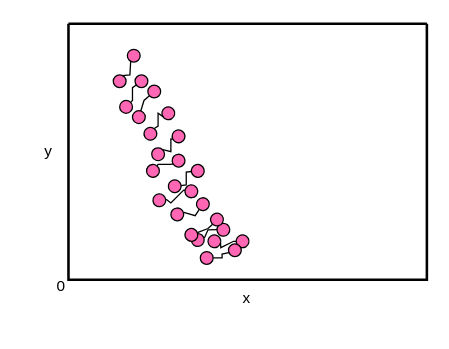
Before: 哑铃分布t=0.1.drawio in mauhin/auto, a draw.io diagram. Source tidied: cells renumbered, new cells numbered last; positions are measured from the earlier drawing's top-left corner, leaving out a move shared by most shapes. Both pictures are drawn from the tidied source at 128%, with x=0, y=0 at pixel (28, 23).
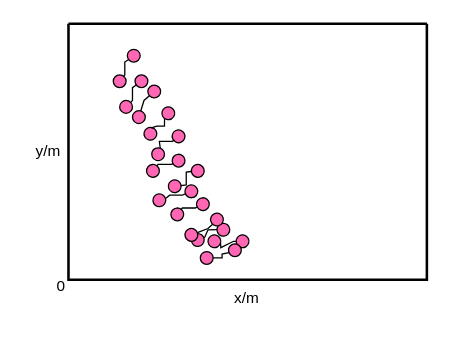
The same page after the edit.

Commit message:
更新哑铃分布t=0.1.drawio

Unchanged cells that the change refers to:
```xml
<mxCell id="2" style="group;rotation=40;" parent="1" vertex="1">
  <mxGeometry x="116" y="130" width="20" height="30" as="geometry" />
</mxCell>
<mxCell id="3" style="ellipse;whiteSpace=wrap;html=1;fillColor=#FF66B3;rotation=40;" parent="2" vertex="1">
  <mxGeometry x="15" y="6" width="10" height="10" as="geometry" />
</mxCell>
<mxCell id="4" style="ellipse;whiteSpace=wrap;html=1;fillColor=#FF66B3;rotation=40;" parent="2" vertex="1">
  <mxGeometry x="-5" y="14" width="10" height="10" as="geometry" />
</mxCell>
<mxCell id="17" style="group;rotation=120;" parent="1" vertex="1">
  <mxGeometry x="127" y="144" width="20" height="30" as="geometry" />
</mxCell>
<mxCell id="26" style="group;rotation=40;" parent="25" vertex="1">
  <mxGeometry x="76" y="120" width="20" height="30" as="geometry" />
</mxCell>
<mxCell id="27" style="ellipse;whiteSpace=wrap;html=1;fillColor=#FF66B3;rotation=40;" parent="26" vertex="1">
  <mxGeometry x="15" y="6" width="10" height="10" as="geometry" />
</mxCell>
<mxCell id="28" style="ellipse;whiteSpace=wrap;html=1;fillColor=#FF66B3;rotation=40;" parent="26" vertex="1">
  <mxGeometry x="-10" y="13" width="10" height="10" as="geometry" />
</mxCell>
<mxCell id="34" style="group;rotation=20;" parent="25" vertex="1">
  <mxGeometry x="68" y="80" width="20" height="30" as="geometry" />
</mxCell>
<mxCell id="35" style="ellipse;whiteSpace=wrap;html=1;fillColor=#FF66B3;rotation=20;" parent="34" vertex="1">
  <mxGeometry x="13" y="3" width="10" height="10" as="geometry" />
</mxCell>
<mxCell id="36" style="ellipse;whiteSpace=wrap;html=1;fillColor=#FF66B3;rotation=20;" parent="34" vertex="1">
  <mxGeometry x="-3" y="17" width="10" height="10" as="geometry" />
</mxCell>
<mxCell id="38" style="group;rotation=15;" parent="34" vertex="1">
  <mxGeometry x="-7" y="-17" width="20" height="30" as="geometry" />
</mxCell>
<mxCell id="39" style="ellipse;whiteSpace=wrap;html=1;fillColor=#FF66B3;rotation=15;" parent="38" vertex="1">
  <mxGeometry x="12" y="2" width="10" height="10" as="geometry" />
</mxCell>
<mxCell id="40" style="ellipse;whiteSpace=wrap;html=1;fillColor=#FF66B3;rotation=15;" parent="38" vertex="1">
  <mxGeometry x="-2" y="18" width="10" height="10" as="geometry" />
</mxCell>
<mxCell id="46" style="group;rotation=90;" parent="25" vertex="1">
  <mxGeometry x="10" y="20" width="20" height="30" as="geometry" />
</mxCell>
<mxCell id="47" style="ellipse;whiteSpace=wrap;html=1;fillColor=#FF66B3;rotation=0;" parent="46" vertex="1">
  <mxGeometry x="36" width="10" height="10" as="geometry" />
</mxCell>
<mxCell id="48" style="ellipse;whiteSpace=wrap;html=1;fillColor=#FF66B3;rotation=0;" parent="46" vertex="1">
  <mxGeometry x="25" y="20" width="10" height="10" as="geometry" />
</mxCell>
```

The edit, as a diff of the source:
```diff
@@
-    <mxCell id="5" style="endArrow=none;html=1;rounded=0;startArrow=none;exitX=0.796;exitY=0.053;exitDx=0;exitDy=0;exitPerimeter=0;" parent="2" edge="1" source="4" target="3">
-      <mxGeometry relative="1" as="geometry">
-        <Array as="points">
-          <mxPoint x="14" y="20" />
-        </Array>
-      </mxGeometry>
-    </mxCell>
@@
+    <mxCell id="57" style="endArrow=none;html=1;rounded=0;startArrow=none;" parent="17" edge="1">
+      <mxGeometry relative="1" as="geometry">
+        <mxPoint x="-8" y="1" as="sourcePoint" />
+        <mxPoint x="5" y="-1" as="targetPoint" />
+        <Array as="points">
+          <mxPoint x="-7" />
+          <mxPoint x="3" />
+        </Array>
+      </mxGeometry>
+    </mxCell>
@@
-    <mxCell id="29" style="endArrow=none;html=1;rounded=0;startArrow=none;exitX=0.849;exitY=0.091;exitDx=0;exitDy=0;exitPerimeter=0;" parent="26" edge="1" source="28" target="27">
-      <mxGeometry relative="1" as="geometry">
-        <Array as="points">
-          <mxPoint x="4" y="20" />
-          <mxPoint x="14" y="10" />
-        </Array>
-      </mxGeometry>
-    </mxCell>
@@
-    <mxCell id="37" style="endArrow=none;html=1;rounded=0;startArrow=none;exitX=0.727;exitY=0.037;exitDx=0;exitDy=0;entryX=0;entryY=1;entryDx=0;entryDy=0;exitPerimeter=0;" parent="34" edge="1" source="36" target="35">
-      <mxGeometry relative="1" as="geometry">
-        <Array as="points">
-          <mxPoint x="12" y="20" />
-          <mxPoint x="12" y="10" />
-        </Array>
-      </mxGeometry>
-    </mxCell>
@@
-    <mxCell id="41" style="endArrow=none;html=1;rounded=0;startArrow=none;exitX=0.686;exitY=0.02;exitDx=0;exitDy=0;entryX=0;entryY=1;entryDx=0;entryDy=0;exitPerimeter=0;" parent="38" edge="1" source="40">
-      <mxGeometry relative="1" as="geometry">
-        <mxPoint x="13.5" y="10" as="targetPoint" />
-        <Array as="points">
-          <mxPoint x="9" y="17" />
-          <mxPoint x="9" y="7" />
-        </Array>
-      </mxGeometry>
-    </mxCell>
+    <mxCell id="58" style="endArrow=none;html=1;rounded=0;startArrow=none;exitX=0.5;exitY=0;exitDx=0;exitDy=0;" parent="38" edge="1" source="36">
+      <mxGeometry relative="1" as="geometry">
+        <mxPoint x="22" y="28" as="targetPoint" />
+        <Array as="points">
+          <mxPoint x="10" y="29" />
+          <mxPoint x="20" y="29" />
+        </Array>
+      </mxGeometry>
+    </mxCell>
+    <mxCell id="59" style="endArrow=none;html=1;rounded=0;startArrow=none;entryX=0.318;entryY=0.959;entryDx=0;entryDy=0;entryPerimeter=0;" parent="34" edge="1" target="39">
+      <mxGeometry relative="1" as="geometry">
+        <mxPoint x="-3" y="2" as="sourcePoint" />
+        <Array as="points">
+          <mxPoint x="-2" y="1" />
+          <mxPoint x="1" />
+          <mxPoint x="7" />
+        </Array>
+      </mxGeometry>
+    </mxCell>
@@
-    <mxCell id="49" style="endArrow=none;html=1;rounded=0;entryX=0.26;entryY=0.892;entryDx=0;entryDy=0;exitX=0.711;exitY=0.061;exitDx=0;exitDy=0;exitPerimeter=0;entryPerimeter=0;" parent="46" edge="1" source="48" target="47">
-      <mxGeometry relative="1" as="geometry">
-        <Array as="points">
-          <mxPoint x="38" y="20" />
-        </Array>
-      </mxGeometry>
-    </mxCell>
@@
-    <mxCell id="54" value="x" style="text;html=1;align=center;verticalAlign=middle;strokeColor=none;fillColor=none;" parent="1" vertex="1">
-      <mxGeometry x="155" y="200" width="30" height="30" as="geometry" />
+    <mxCell id="54" value="x/m" style="text;html=1;align=center;verticalAlign=middle;strokeColor=none;fillColor=none;" parent="1" vertex="1">
+      <mxGeometry x="150" y="200" width="40" height="30" as="geometry" />
     </mxCell>
-    <mxCell id="55" value="y" style="text;html=1;align=center;verticalAlign=middle;strokeColor=none;fillColor=none;" parent="1" vertex="1">
-      <mxGeometry y="85" width="30" height="30" as="geometry" />
+    <mxCell id="55" value="y/m" style="text;html=1;align=center;verticalAlign=middle;strokeColor=none;fillColor=none;" parent="1" vertex="1">
+      <mxGeometry x="-5" y="85" width="40" height="30" as="geometry" />
     </mxCell>
@@
+    <mxCell id="60" style="endArrow=none;html=1;rounded=0;startArrow=none;" parent="1" edge="1">
+      <mxGeometry relative="1" as="geometry">
+        <mxPoint x="74" y="41" as="sourcePoint" />
+        <mxPoint x="78" y="28" as="targetPoint" />
+        <Array as="points">
+          <mxPoint x="75" y="40" />
+          <mxPoint x="75" y="30" />
+        </Array>
+      </mxGeometry>
+    </mxCell>
+    <mxCell id="61" style="endArrow=none;html=1;rounded=0;startArrow=none;exitX=0.792;exitY=0.045;exitDx=0;exitDy=0;exitPerimeter=0;" parent="1" edge="1" source="28">
+      <mxGeometry relative="1" as="geometry">
+        <mxPoint x="122" y="133" as="targetPoint" />
+        <Array as="points">
+          <mxPoint x="110" y="134" />
+          <mxPoint x="120" y="134" />
+        </Array>
+      </mxGeometry>
+    </mxCell>
```
